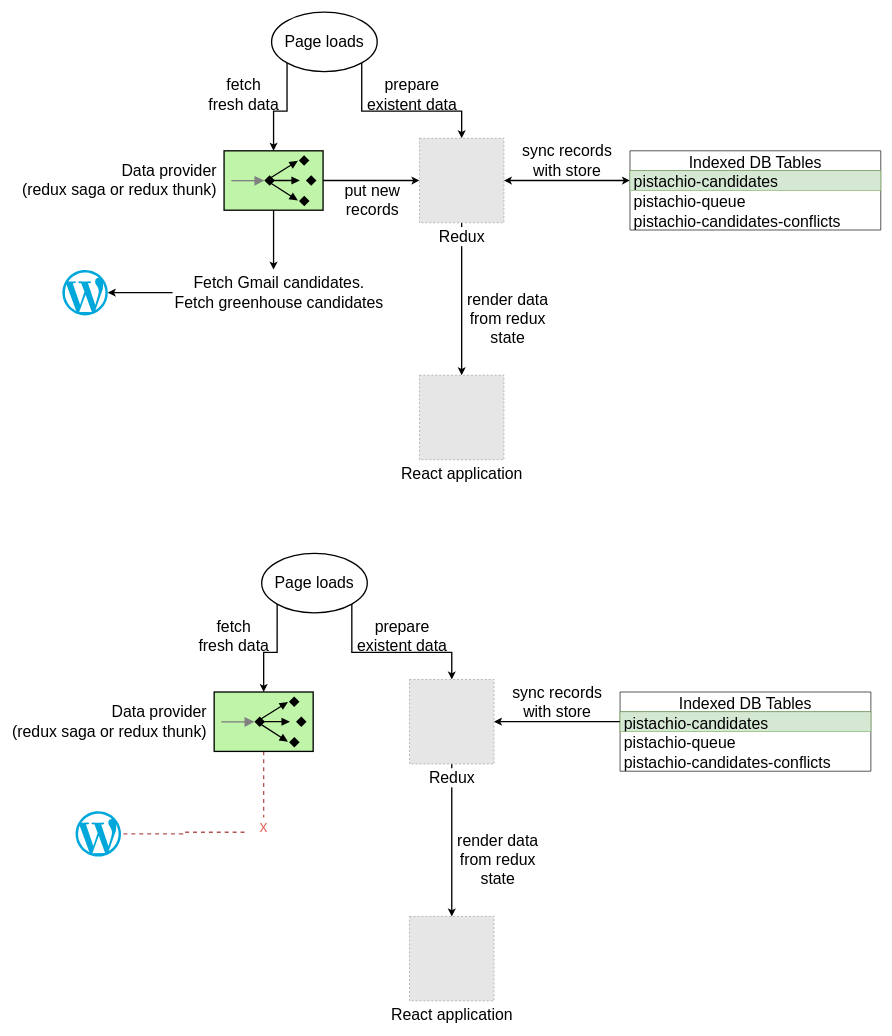
Above: high-level/data-flows.drawio in AlexeyPopovUA/a8c-diagrams (draw.io), before the change. Source tidied: cells renumbered, new cells numbered last; positions are measured from the earlier drawing's top-left corner, leaving out a move shared by most shapes. Both pictures are drawn from the tidied source at 66%, with x=0, y=0 at pixel (62, 12). Pictures stored in the file or linked from it are replaced by grey dashed boxes.
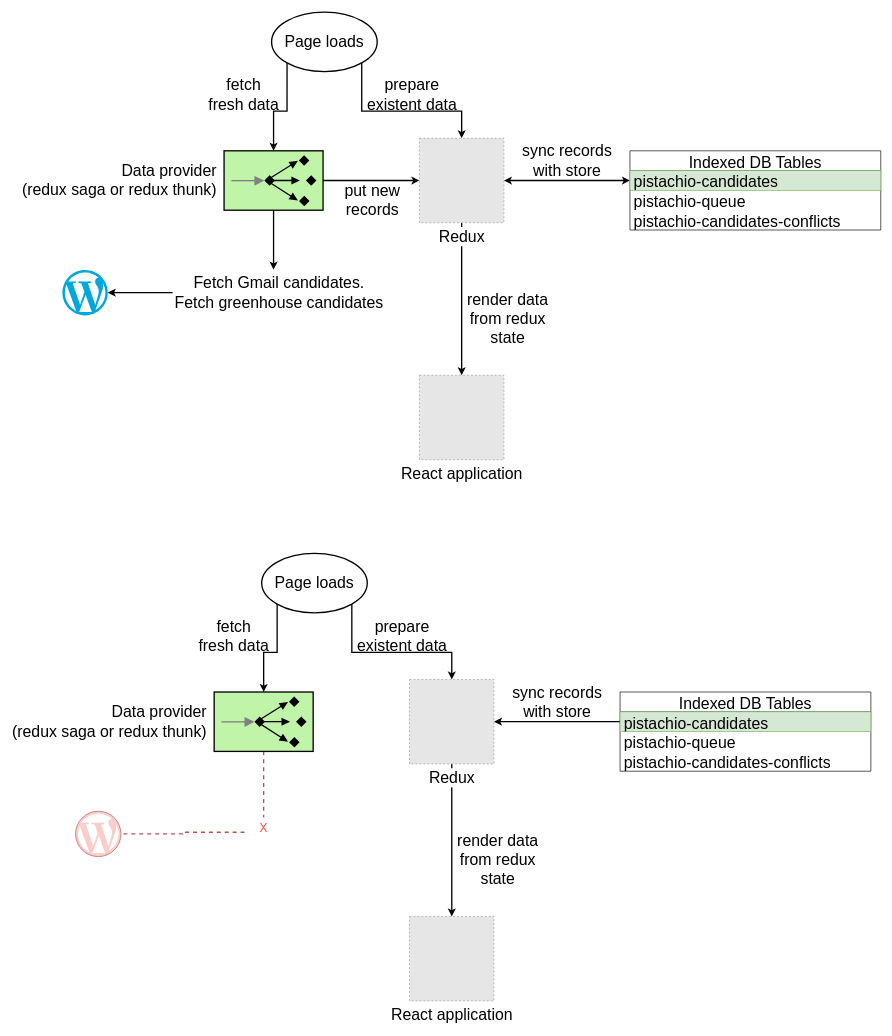
The same diagram, later.

What changed in the source:
```diff
@@
-    <mxCell id="37" style="dashed=0;outlineConnect=0;html=1;align=center;labelPosition=center;verticalLabelPosition=bottom;verticalAlign=top;shape=mxgraph.weblogos.wordpress_2;fillColor=#00A7DA;strokeColor=none;fontSize=24;" parent="1" vertex="1">
+    <mxCell id="37" style="dashed=0;outlineConnect=0;html=1;align=center;labelPosition=center;verticalLabelPosition=bottom;verticalAlign=top;shape=mxgraph.weblogos.wordpress_2;fillColor=#f8cecc;strokeColor=#b85450;fontSize=24;" parent="1" vertex="1">
       <mxGeometry x="20" y="1210.6" width="68.8" height="68.8" as="geometry" />
     </mxCell>
```
